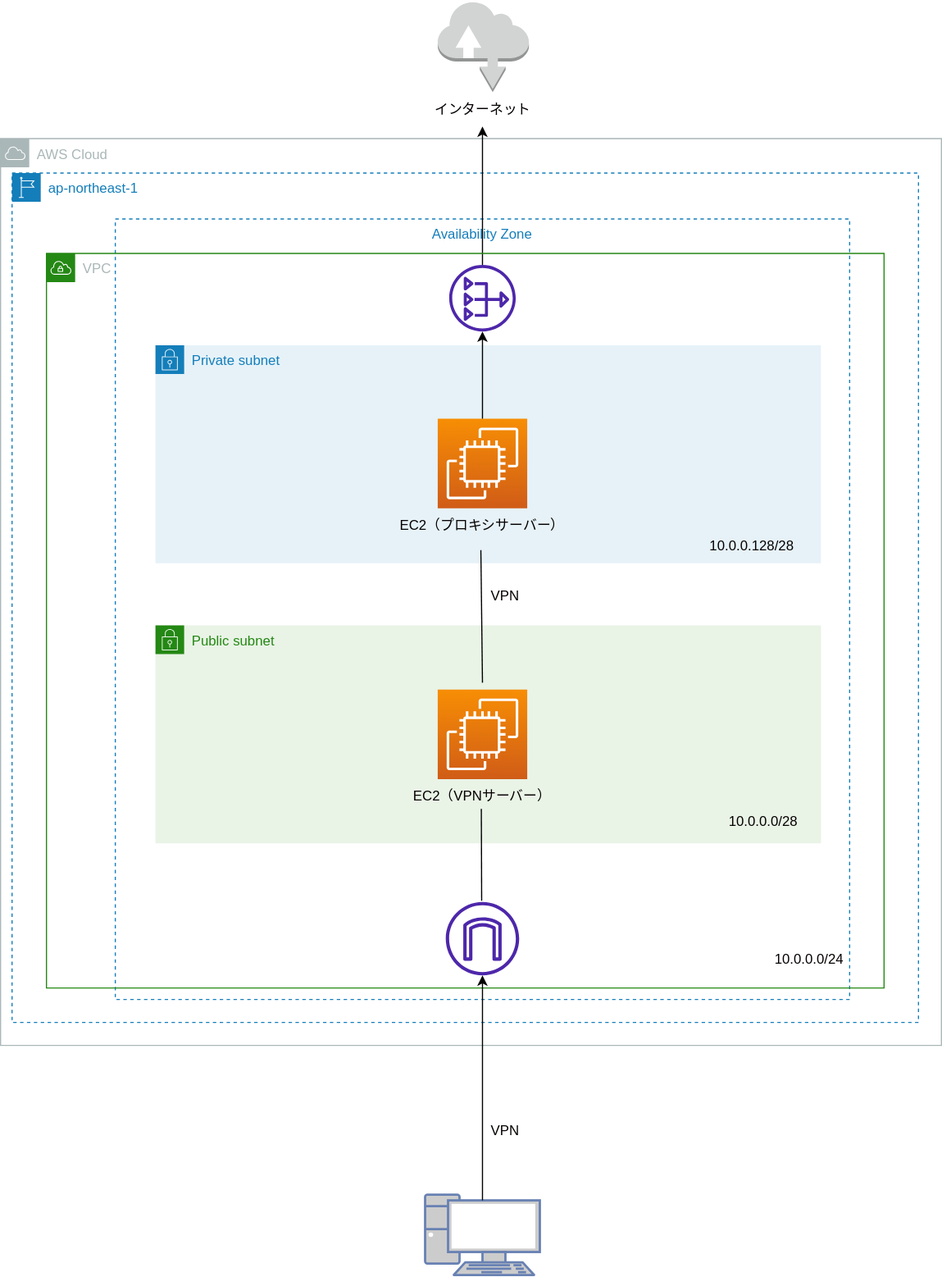
Above: infra.svg in CASL0/softether-ec2 (draw.io), before the change. Source tidied: cells renumbered, new cells last; positions are measured from the earlier drawing's top-left corner, leaving out a move shared by most shapes. Its diagram source:
```xml
<mxGraphModel background="#ffffff">
  <root>
    <mxCell id="0" />
    <mxCell id="1" parent="0" />
    <mxCell id="2" value="AWS Cloud" style="sketch=0;gradientColor=none;html=1;whiteSpace=wrap;fontSize=12;fontStyle=0;shape=mxgraph.aws4.group;grIcon=mxgraph.aws4.group_aws_cloud;strokeColor=#AAB7B8;fillColor=none;verticalAlign=top;align=left;spacingLeft=30;fontColor=#AAB7B8;dashed=0;" parent="1" vertex="1">
      <mxGeometry y="120" width="820" height="790" as="geometry" />
    </mxCell>
    <mxCell id="3" value="Availability Zone" style="fillColor=none;strokeColor=#147EBA;dashed=1;verticalAlign=top;fontStyle=0;fontColor=#147EBA;" parent="1" vertex="1">
      <mxGeometry x="100" y="190" width="640" height="680" as="geometry" />
    </mxCell>
    <mxCell id="4" value="ap-northeast-1" style="gradientColor=none;html=1;whiteSpace=wrap;fontSize=12;fontStyle=0;shape=mxgraph.aws4.group;grIcon=mxgraph.aws4.group_region;strokeColor=#147EBA;fillColor=none;verticalAlign=top;align=left;spacingLeft=30;fontColor=#147EBA;dashed=1;" parent="1" vertex="1">
      <mxGeometry x="10" y="150" width="790" height="740" as="geometry" />
    </mxCell>
    <mxCell id="5" style="sketch=0;outlineConnect=0;fontColor=#232F3E;gradientColor=none;fillColor=#4D27AA;strokeColor=none;dashed=0;verticalLabelPosition=bottom;verticalAlign=top;align=center;html=1;fontSize=12;fontStyle=0;shape=mxgraph.aws4.internet_gateway;" parent="4" vertex="1">
      <mxGeometry x="378" y="635" width="64" height="64" as="geometry" />
    </mxCell>
    <mxCell id="6" style="endArrow=classic;html=1;strokeColor=#000000;fontColor=#050000;entryX=0.5;entryY=1;entryDx=0;entryDy=0;" parent="4" edge="1" target="21">
      <mxGeometry relative="1" as="geometry">
        <mxPoint x="410" y="80" as="sourcePoint" />
      </mxGeometry>
    </mxCell>
    <mxCell id="7" style="fontColor=#0066CC;verticalAlign=top;verticalLabelPosition=bottom;labelPosition=center;align=center;html=1;outlineConnect=0;fillColor=#CCCCCC;strokeColor=#6881B3;gradientColor=none;gradientDirection=north;strokeWidth=2;shape=mxgraph.networks.pc;" parent="1" vertex="1">
      <mxGeometry x="370" y="1040" width="100" height="70" as="geometry" />
    </mxCell>
    <mxCell id="8" style="dashed=0;verticalLabelPosition=bottom;verticalAlign=top;align=center;html=1;shape=mxgraph.aws3.internet;fillColor=#D2D3D3;gradientColor=none;" parent="1" vertex="1">
      <mxGeometry x="381" width="79.5" height="79.5" as="geometry" />
    </mxCell>
    <mxCell id="9" value="VPC" style="gradientColor=none;html=1;whiteSpace=wrap;fontSize=12;fontStyle=0;shape=mxgraph.aws4.group;grIcon=mxgraph.aws4.group_vpc;strokeColor=#248814;fillColor=none;verticalAlign=top;align=left;spacingLeft=30;fontColor=#AAB7B8;dashed=0;" parent="1" vertex="1">
      <mxGeometry x="40" y="220" width="730" height="640" as="geometry" />
    </mxCell>
    <mxCell id="10" value="Public subnet" style="gradientColor=none;html=1;whiteSpace=wrap;fontSize=12;fontStyle=0;shape=mxgraph.aws4.group;grIcon=mxgraph.aws4.group_security_group;grStroke=0;strokeColor=#248814;fillColor=#E9F3E6;verticalAlign=top;align=left;spacingLeft=30;fontColor=#248814;dashed=0;" parent="9" vertex="1">
      <mxGeometry x="95" y="324" width="580" height="190" as="geometry" />
    </mxCell>
    <mxCell id="11" style="sketch=0;points=[[0,0,0],[0.25,0,0],[0.5,0,0],[0.75,0,0],[1,0,0],[0,1,0],[0.25,1,0],[0.5,1,0],[0.75,1,0],[1,1,0],[0,0.25,0],[0,0.5,0],[0,0.75,0],[1,0.25,0],[1,0.5,0],[1,0.75,0]];outlineConnect=0;fontColor=#232F3E;gradientColor=#F78E04;gradientDirection=north;fillColor=#D05C17;strokeColor=#ffffff;dashed=0;verticalLabelPosition=bottom;verticalAlign=top;align=center;html=1;fontSize=12;fontStyle=0;shape=mxgraph.aws4.resourceIcon;resIcon=mxgraph.aws4.ec2;" parent="10" vertex="1">
      <mxGeometry x="246" y="56" width="78" height="78" as="geometry" />
    </mxCell>
    <mxCell id="12" value="EC2（VPNサーバー）" style="text;html=1;strokeColor=none;fillColor=none;align=center;verticalAlign=middle;whiteSpace=wrap;rounded=0;fontColor=#050000;" parent="10" vertex="1">
      <mxGeometry x="220" y="134" width="130" height="30" as="geometry" />
    </mxCell>
    <mxCell id="13" value="Private subnet" style="gradientColor=none;html=1;whiteSpace=wrap;fontSize=12;fontStyle=0;shape=mxgraph.aws4.group;grIcon=mxgraph.aws4.group_security_group;grStroke=0;strokeColor=#147EBA;fillColor=#E6F2F8;verticalAlign=top;align=left;spacingLeft=30;fontColor=#147EBA;dashed=0;" parent="10" vertex="1">
      <mxGeometry y="-244" width="580" height="190" as="geometry" />
    </mxCell>
    <mxCell id="14" value="EC2（プロキシサーバー）" style="text;html=1;strokeColor=none;fillColor=none;align=center;verticalAlign=middle;whiteSpace=wrap;rounded=0;fontColor=#050000;" parent="13" vertex="1">
      <mxGeometry x="210" y="142" width="150" height="30" as="geometry" />
    </mxCell>
    <mxCell id="15" value="10.0.0.128/28" style="text;html=1;strokeColor=none;fillColor=none;align=center;verticalAlign=middle;whiteSpace=wrap;rounded=0;fontColor=#050000;" parent="13" vertex="1">
      <mxGeometry x="475" y="160" width="90" height="30" as="geometry" />
    </mxCell>
    <mxCell id="16" style="sketch=0;points=[[0,0,0],[0.25,0,0],[0.5,0,0],[0.75,0,0],[1,0,0],[0,1,0],[0.25,1,0],[0.5,1,0],[0.75,1,0],[1,1,0],[0,0.25,0],[0,0.5,0],[0,0.75,0],[1,0.25,0],[1,0.5,0],[1,0.75,0]];outlineConnect=0;fontColor=#232F3E;gradientColor=#F78E04;gradientDirection=north;fillColor=#D05C17;strokeColor=#ffffff;dashed=0;verticalLabelPosition=bottom;verticalAlign=top;align=center;html=1;fontSize=12;fontStyle=0;shape=mxgraph.aws4.resourceIcon;resIcon=mxgraph.aws4.ec2;" parent="13" vertex="1">
      <mxGeometry x="246" y="64" width="78" height="78" as="geometry" />
    </mxCell>
    <mxCell id="17" style="endArrow=none;html=1;fontColor=#050000;strokeColor=#000000;" parent="10" edge="1">
      <mxGeometry relative="1" as="geometry">
        <mxPoint x="284.3" y="240" as="sourcePoint" />
        <mxPoint x="284" y="160" as="targetPoint" />
      </mxGeometry>
    </mxCell>
    <mxCell id="18" style="endArrow=none;html=1;fontColor=#050000;strokeColor=#000000;entryX=0.584;entryY=1.219;entryDx=0;entryDy=0;entryPerimeter=0;" parent="9" edge="1">
      <mxGeometry relative="1" as="geometry">
        <mxPoint x="380" y="374" as="sourcePoint" />
        <mxPoint x="378.6" y="258.6" as="targetPoint" />
      </mxGeometry>
    </mxCell>
    <mxCell id="19" value="VPN" style="text;html=1;strokeColor=none;fillColor=none;align=center;verticalAlign=middle;whiteSpace=wrap;rounded=0;fontColor=#050000;" parent="9" vertex="1">
      <mxGeometry x="380" y="284" width="40" height="30" as="geometry" />
    </mxCell>
    <mxCell id="20" value="10.0.0.0/24" style="text;html=1;strokeColor=none;fillColor=none;align=center;verticalAlign=middle;whiteSpace=wrap;rounded=0;fontColor=#050000;" parent="9" vertex="1">
      <mxGeometry x="620" y="600" width="90" height="30" as="geometry" />
    </mxCell>
    <mxCell id="21" value="インターネット" style="text;html=1;strokeColor=none;fillColor=none;align=center;verticalAlign=middle;whiteSpace=wrap;rounded=0;fontColor=#050000;" parent="1" vertex="1">
      <mxGeometry x="362.5" y="79.5" width="115" height="30" as="geometry" />
    </mxCell>
    <mxCell id="22" style="endArrow=classic;html=1;strokeColor=#000000;fontColor=#050000;exitX=0.5;exitY=0.07;exitDx=0;exitDy=0;exitPerimeter=0;" parent="1" edge="1" source="7" target="5">
      <mxGeometry relative="1" as="geometry" />
    </mxCell>
    <mxCell id="23" value="VPN" style="text;html=1;strokeColor=none;fillColor=none;align=center;verticalAlign=middle;whiteSpace=wrap;rounded=0;fontColor=#050000;" parent="1" vertex="1">
      <mxGeometry x="420" y="970" width="40" height="30" as="geometry" />
    </mxCell>
    <mxCell id="24" value="10.0.0.0/28" style="text;html=1;strokeColor=none;fillColor=none;align=center;verticalAlign=middle;whiteSpace=wrap;rounded=0;fontColor=#050000;" parent="1" vertex="1">
      <mxGeometry x="620" y="700" width="90" height="30" as="geometry" />
    </mxCell>
    <mxCell id="25" style="sketch=0;outlineConnect=0;fontColor=#232F3E;gradientColor=none;fillColor=#4D27AA;strokeColor=none;dashed=0;verticalLabelPosition=bottom;verticalAlign=top;align=center;html=1;fontSize=12;fontStyle=0;shape=mxgraph.aws4.nat_gateway;" parent="1" vertex="1">
      <mxGeometry x="391" y="230" width="58" height="58" as="geometry" />
    </mxCell>
    <mxCell id="26" style="endArrow=classic;html=1;strokeColor=#000000;fontColor=#050000;exitX=0.5;exitY=0;exitDx=0;exitDy=0;exitPerimeter=0;" parent="1" edge="1" source="16" target="25">
      <mxGeometry relative="1" as="geometry" />
    </mxCell>
  </root>
</mxGraphModel>
```
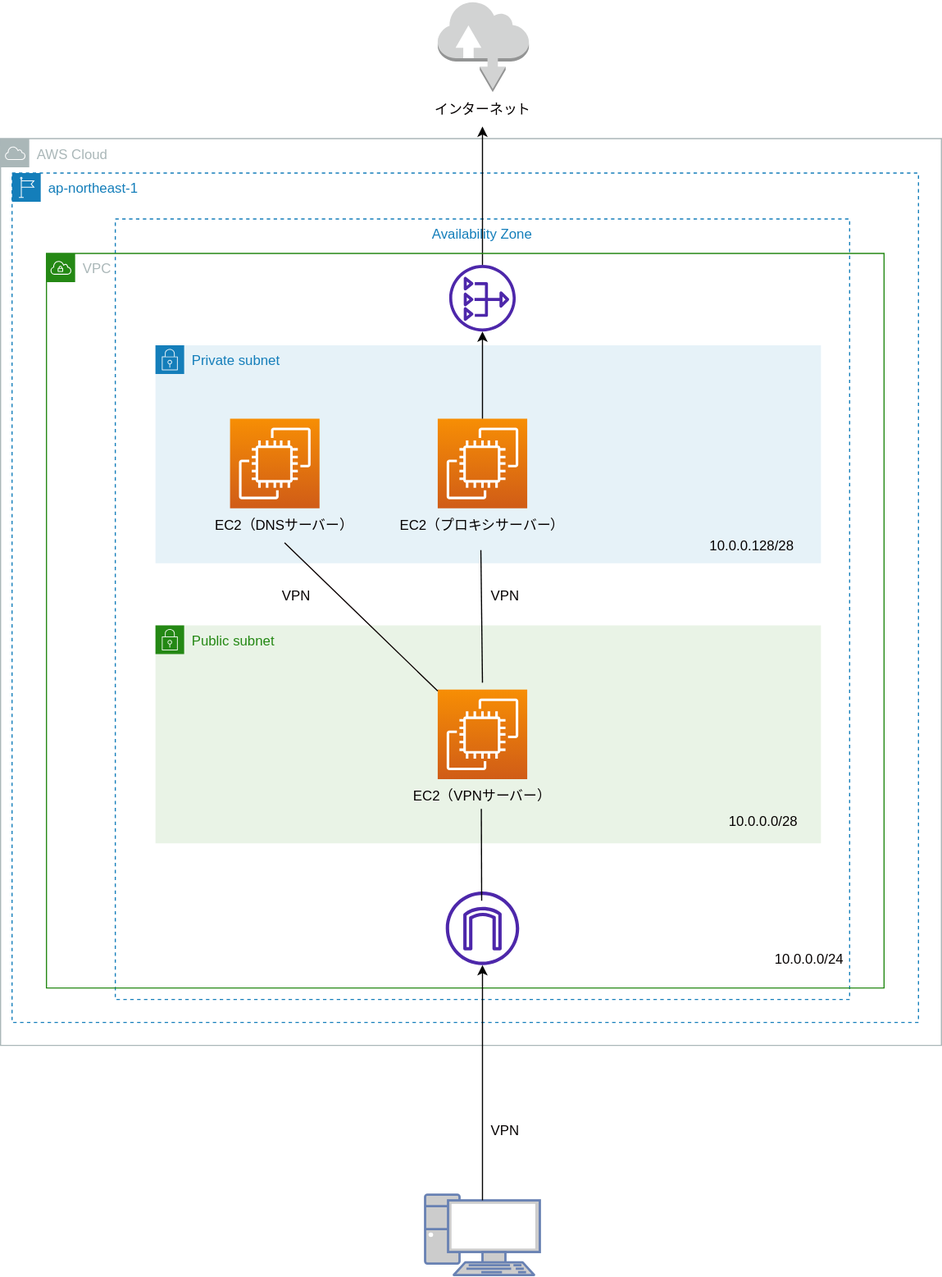
After the commit.

Commit message:
docs: 構成図更新

Diff of the diagram source:
```diff
@@ -12,7 +12,7 @@
       <mxGeometry x="10" y="150" width="790" height="740" as="geometry" />
     </mxCell>
     <mxCell id="5" style="sketch=0;outlineConnect=0;fontColor=#232F3E;gradientColor=none;fillColor=#4D27AA;strokeColor=none;dashed=0;verticalLabelPosition=bottom;verticalAlign=top;align=center;html=1;fontSize=12;fontStyle=0;shape=mxgraph.aws4.internet_gateway;" parent="4" vertex="1">
-      <mxGeometry x="378" y="635" width="64" height="64" as="geometry" />
+      <mxGeometry x="378" y="626" width="64" height="64" as="geometry" />
     </mxCell>
     <mxCell id="6" style="endArrow=classic;html=1;strokeColor=#000000;fontColor=#050000;entryX=0.5;entryY=1;entryDx=0;entryDy=0;" parent="4" edge="1" target="21">
       <mxGeometry relative="1" as="geometry">
@@ -49,12 +49,18 @@
     <mxCell id="16" style="sketch=0;points=[[0,0,0],[0.25,0,0],[0.5,0,0],[0.75,0,0],[1,0,0],[0,1,0],[0.25,1,0],[0.5,1,0],[0.75,1,0],[1,1,0],[0,0.25,0],[0,0.5,0],[0,0.75,0],[1,0.25,0],[1,0.5,0],[1,0.75,0]];outlineConnect=0;fontColor=#232F3E;gradientColor=#F78E04;gradientDirection=north;fillColor=#D05C17;strokeColor=#ffffff;dashed=0;verticalLabelPosition=bottom;verticalAlign=top;align=center;html=1;fontSize=12;fontStyle=0;shape=mxgraph.aws4.resourceIcon;resIcon=mxgraph.aws4.ec2;" parent="13" vertex="1">
       <mxGeometry x="246" y="64" width="78" height="78" as="geometry" />
     </mxCell>
+    <mxCell id="27" value="EC2（DNSサーバー）" style="text;html=1;strokeColor=none;fillColor=none;align=center;verticalAlign=middle;whiteSpace=wrap;rounded=0;fontColor=#050000;" parent="13" vertex="1">
+      <mxGeometry x="45" y="142" width="135" height="30" as="geometry" />
+    </mxCell>
     <mxCell id="17" style="endArrow=none;html=1;fontColor=#050000;strokeColor=#000000;" parent="10" edge="1">
       <mxGeometry relative="1" as="geometry">
         <mxPoint x="284.3" y="240" as="sourcePoint" />
         <mxPoint x="284" y="160" as="targetPoint" />
       </mxGeometry>
     </mxCell>
+    <mxCell id="28" style="endArrow=none;html=1;entryX=0.5;entryY=1;entryDx=0;entryDy=0;strokeColor=#0a0000;" parent="10" edge="1" source="11" target="27">
+      <mxGeometry relative="1" as="geometry" />
+    </mxCell>
     <mxCell id="18" style="endArrow=none;html=1;fontColor=#050000;strokeColor=#000000;entryX=0.584;entryY=1.219;entryDx=0;entryDy=0;entryPerimeter=0;" parent="9" edge="1">
       <mxGeometry relative="1" as="geometry">
         <mxPoint x="380" y="374" as="sourcePoint" />
@@ -67,6 +73,9 @@
     <mxCell id="20" value="10.0.0.0/24" style="text;html=1;strokeColor=none;fillColor=none;align=center;verticalAlign=middle;whiteSpace=wrap;rounded=0;fontColor=#050000;" parent="9" vertex="1">
       <mxGeometry x="620" y="600" width="90" height="30" as="geometry" />
     </mxCell>
+    <mxCell id="29" value="VPN" style="text;html=1;strokeColor=none;fillColor=none;align=center;verticalAlign=middle;whiteSpace=wrap;rounded=0;fontColor=#050000;" parent="9" vertex="1">
+      <mxGeometry x="198" y="284" width="40" height="30" as="geometry" />
+    </mxCell>
     <mxCell id="21" value="インターネット" style="text;html=1;strokeColor=none;fillColor=none;align=center;verticalAlign=middle;whiteSpace=wrap;rounded=0;fontColor=#050000;" parent="1" vertex="1">
       <mxGeometry x="362.5" y="79.5" width="115" height="30" as="geometry" />
     </mxCell>
@@ -85,5 +94,8 @@
     <mxCell id="26" style="endArrow=classic;html=1;strokeColor=#000000;fontColor=#050000;exitX=0.5;exitY=0;exitDx=0;exitDy=0;exitPerimeter=0;" parent="1" edge="1" source="16" target="25">
       <mxGeometry relative="1" as="geometry" />
     </mxCell>
+    <mxCell id="30" style="sketch=0;fontColor=#232F3E;gradientColor=#F78E04;gradientDirection=north;fillColor=#D05C17;strokeColor=#ffffff;dashed=0;verticalLabelPosition=bottom;verticalAlign=top;align=center;html=1;fontSize=12;fontStyle=0;shape=mxgraph.aws4.resourceIcon;resIcon=mxgraph.aws4.ec2;" parent="1" vertex="1">
+      <mxGeometry x="200" y="364" width="78" height="78" as="geometry" />
+    </mxCell>
   </root>
 </mxGraphModel>
```
